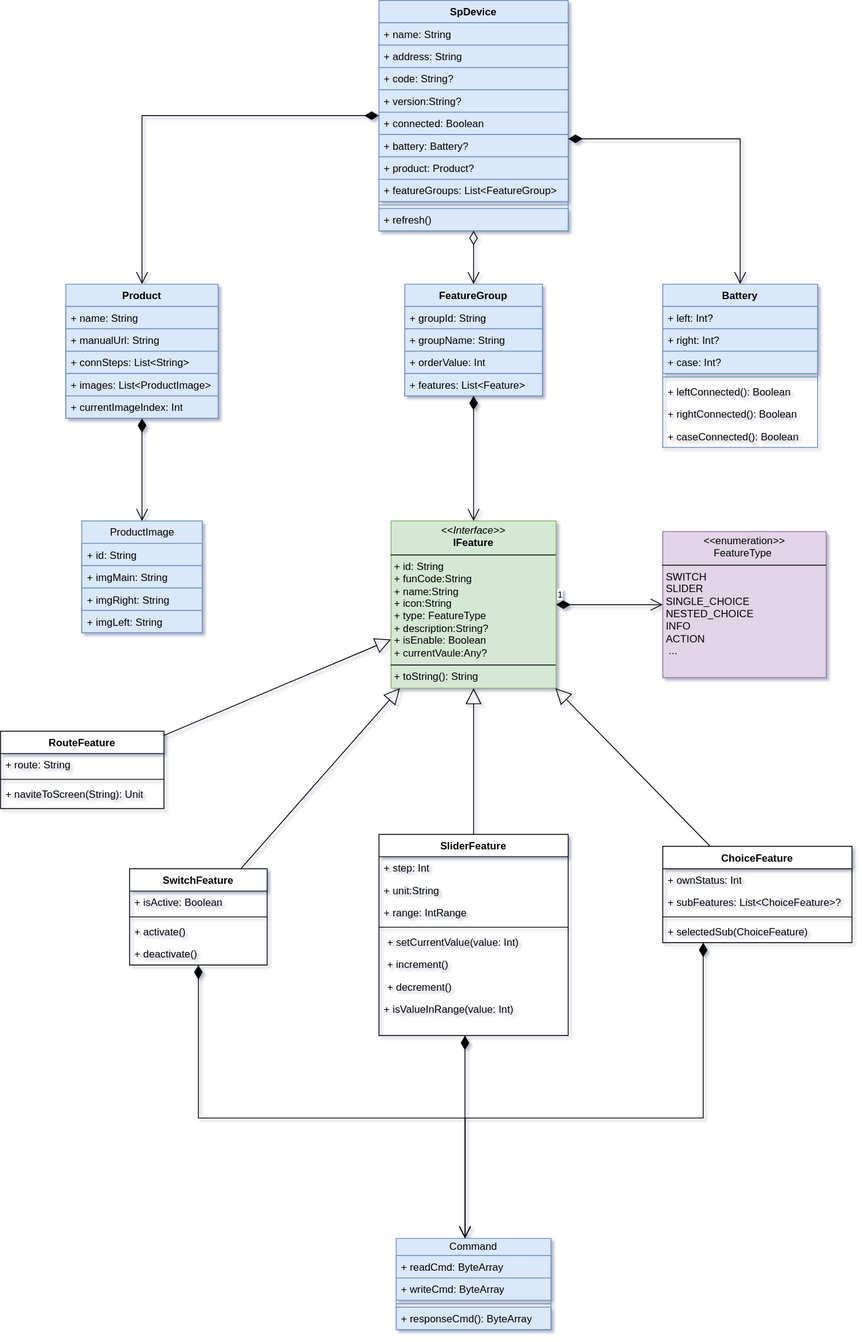
The draw.io diagram sp-device.drawio.svg in kekemao00/draw-libs, before a commit. Source tidied: cells renumbered, new cells last; positions are measured from the earlier drawing's top-left corner, leaving out a move shared by most shapes.
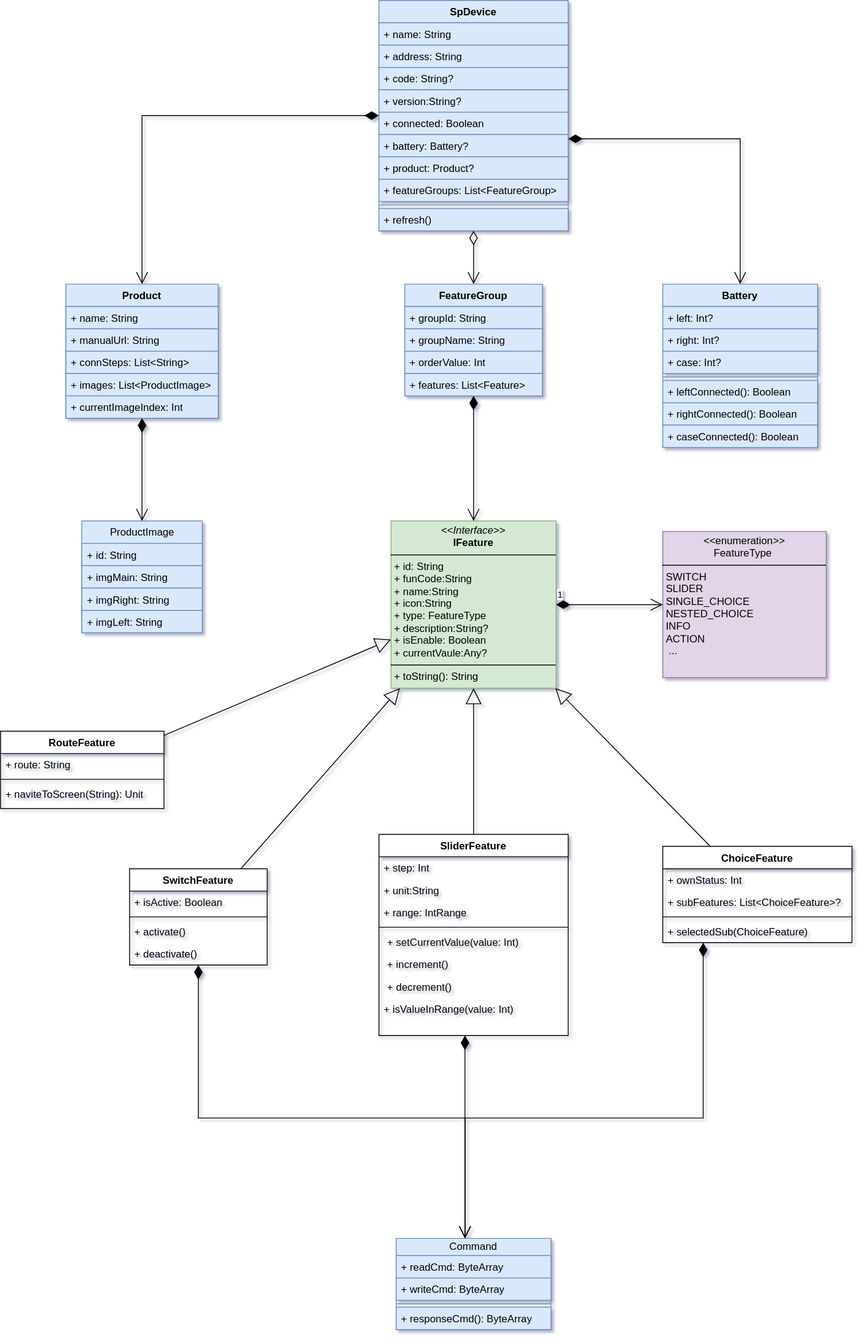
After the commit.

The edit, as a diff of the source:
```diff
@@ -47,16 +47,16 @@
     <mxCell id="16" value="+ case: Int?" style="text;strokeColor=#6c8ebf;fillColor=#dae8fc;align=left;verticalAlign=top;spacingLeft=4;spacingRight=4;overflow=hidden;whiteSpace=wrap;html=1;labelBackgroundColor=none;rounded=0;" parent="13" vertex="1">
       <mxGeometry y="78" width="180" height="26" as="geometry" />
     </mxCell>
-    <mxCell id="17" style="line;strokeWidth=1;fillColor=none;align=left;verticalAlign=middle;spacingTop=-1;spacingLeft=3;spacingRight=3;labelPosition=right;strokeColor=inherit;" parent="13" vertex="1">
+    <mxCell id="17" style="line;strokeWidth=1;fillColor=#dae8fc;align=left;verticalAlign=middle;spacingTop=-1;spacingLeft=3;spacingRight=3;labelPosition=right;strokeColor=#6c8ebf;" parent="13" vertex="1">
       <mxGeometry y="104" width="180" height="8" as="geometry" />
     </mxCell>
-    <mxCell id="18" value="+ leftConnected(): Boolean" style="text;strokeColor=none;fillColor=none;align=left;verticalAlign=top;spacingLeft=4;spacingRight=4;overflow=hidden;whiteSpace=wrap;html=1;" parent="13" vertex="1">
+    <mxCell id="18" value="+ leftConnected(): Boolean" style="text;strokeColor=#6c8ebf;fillColor=#dae8fc;align=left;verticalAlign=top;spacingLeft=4;spacingRight=4;overflow=hidden;whiteSpace=wrap;html=1;" parent="13" vertex="1">
       <mxGeometry y="112" width="180" height="26" as="geometry" />
     </mxCell>
-    <mxCell id="19" value="+ rightConnected(): Boolean" style="text;strokeColor=none;fillColor=none;align=left;verticalAlign=top;spacingLeft=4;spacingRight=4;overflow=hidden;whiteSpace=wrap;html=1;" parent="13" vertex="1">
+    <mxCell id="19" value="+ rightConnected(): Boolean" style="text;strokeColor=#6c8ebf;fillColor=#dae8fc;align=left;verticalAlign=top;spacingLeft=4;spacingRight=4;overflow=hidden;whiteSpace=wrap;html=1;" parent="13" vertex="1">
       <mxGeometry y="138" width="180" height="26" as="geometry" />
     </mxCell>
-    <mxCell id="20" value="+ caseConnected(): Boolean" style="text;strokeColor=none;fillColor=none;align=left;verticalAlign=top;spacingLeft=4;spacingRight=4;overflow=hidden;whiteSpace=wrap;html=1;" parent="13" vertex="1">
+    <mxCell id="20" value="+ caseConnected(): Boolean" style="text;strokeColor=#6c8ebf;fillColor=#dae8fc;align=left;verticalAlign=top;spacingLeft=4;spacingRight=4;overflow=hidden;whiteSpace=wrap;html=1;" parent="13" vertex="1">
       <mxGeometry y="164" width="180" height="26" as="geometry" />
     </mxCell>
     <mxCell id="21" value="Product" style="swimlane;fontStyle=1;align=center;verticalAlign=top;horizontal=1;startSize=26;whiteSpace=wrap;html=1;labelBackgroundColor=none;rounded=0;fillColor=#dae8fc;strokeColor=#6c8ebf;" parent="1" vertex="1">
```
